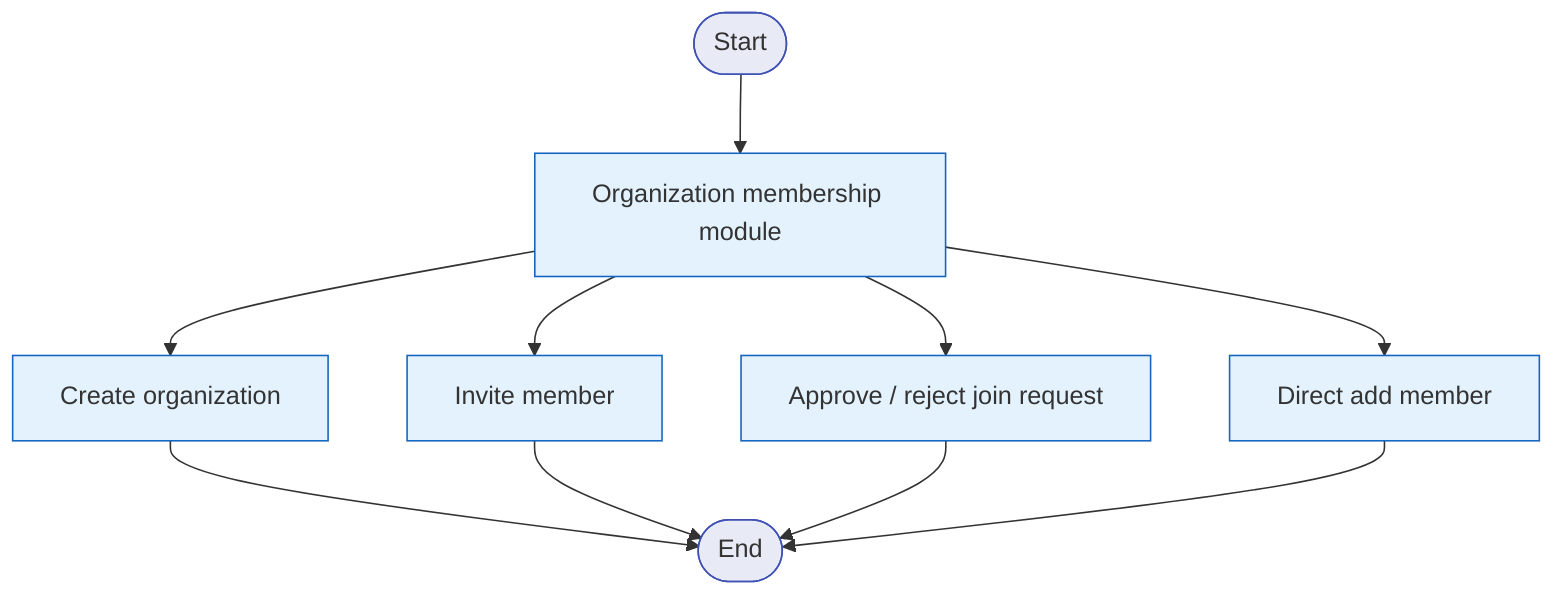
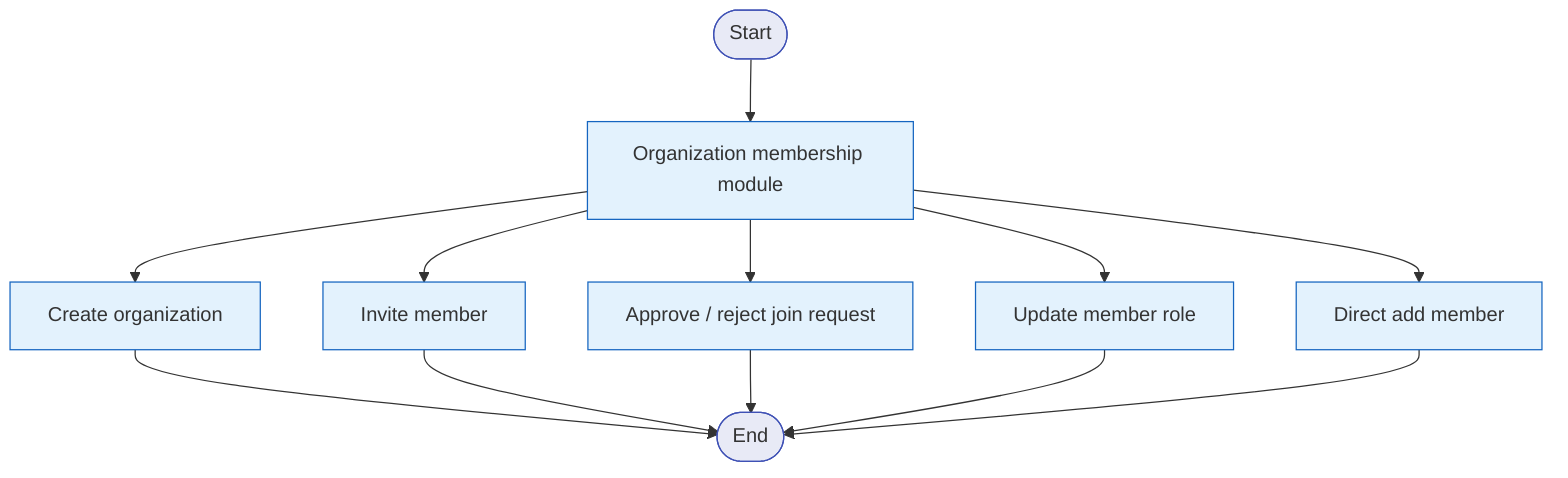
%% act_05_org_management.mmd
%% Scope: Overview of organization membership flows only.
%% Principle: Overview diagram stays high-level; each detailed task has its own file.
%% Detail files:
%%   - act_05c_org_create.mmd
%%   - act_05d_org_invite_member.mmd
%%   - act_05e_org_join_request.mmd
+ %%   - act_05f_org_update_member_role.mmd
%%   - act_05g_org_remove_member.mmd

flowchart TD
    Start([Start]) --> Module["Organization membership module"]

    Module --> Create["Create organization"]
    Module --> Invite["Invite member"]
    Module --> Join["Approve / reject join request"]
+     Module --> Role["Update member role"]
    Module --> Direct["Direct add member"]

    Create --> End([End])
    Invite --> End
    Join --> End
+     Role --> End
    Direct --> End

    classDef startEnd fill:#E8EAF6,stroke:#3F51B5,color:#333
    classDef process fill:#E3F2FD,stroke:#1565C0,color:#333
    class Start,End startEnd
-     class Module,Create,Invite,Join,Direct process
+     class Module,Create,Invite,Join,Role,Direct process
